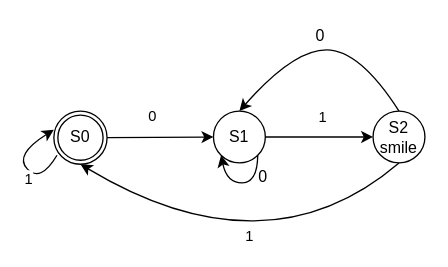
This is page "STD" (1 of 2) of fsm_moore_snail/assets/state_transition_diagram.drawio from kambadur/Projects, a draw.io file, before an edit. Source tidied: cells renumbered, new cells numbered last; positions are measured from the earlier drawing's top-left corner, leaving out a move shared by most shapes. Both pictures are drawn from the tidied source at 133%, with x=0, y=0 at pixel (13, 23).
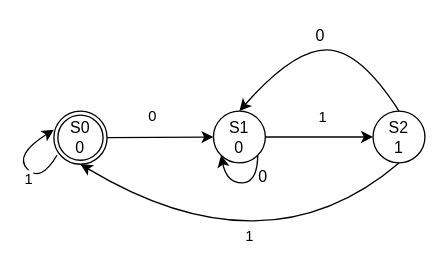
Above is the later version.

Change to the diagram source:
```diff
@@
-    <mxCell id="3" value="S0" style="ellipse;whiteSpace=wrap;html=1;" parent="1" vertex="1">
+    <mxCell id="3" value="S0&lt;br&gt;0" style="ellipse;whiteSpace=wrap;html=1;" parent="1" vertex="1">
       <mxGeometry x="33" y="69" width="34" height="34" as="geometry" />
     </mxCell>
-    <mxCell id="4" value="S1" style="ellipse;whiteSpace=wrap;html=1;" parent="1" vertex="1">
+    <mxCell id="4" value="S1&lt;br&gt;0" style="ellipse;whiteSpace=wrap;html=1;" parent="1" vertex="1">
       <mxGeometry x="150" y="66" width="39" height="39" as="geometry" />
     </mxCell>
-    <mxCell id="5" value="S2&lt;br&gt;smile" style="ellipse;whiteSpace=wrap;html=1;" parent="1" vertex="1">
+    <mxCell id="5" value="S2&lt;br&gt;1" style="ellipse;whiteSpace=wrap;html=1;" parent="1" vertex="1">
       <mxGeometry x="270" y="66" width="39" height="39" as="geometry" />
     </mxCell>
```
